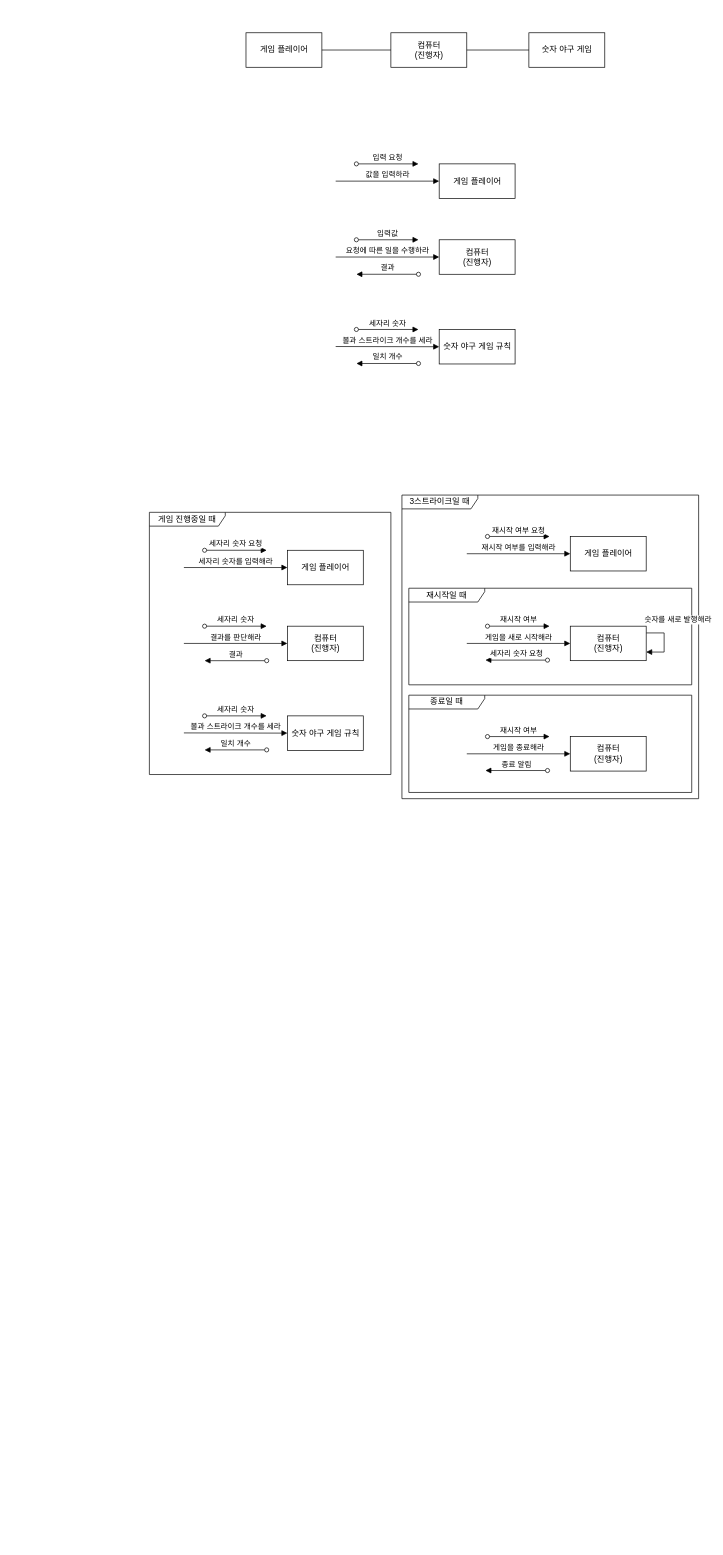
Earlier version of the draw.io diagram docs/Baseball_Diagram.drawio (otter66/kotlin-baseball). Source tidied: cells renumbered, new cells numbered last; positions are measured from the earlier drawing's top-left corner, leaving out a move shared by most shapes. Both pictures are drawn from the tidied source at 69%, with x=0, y=0 at pixel (149, 32).
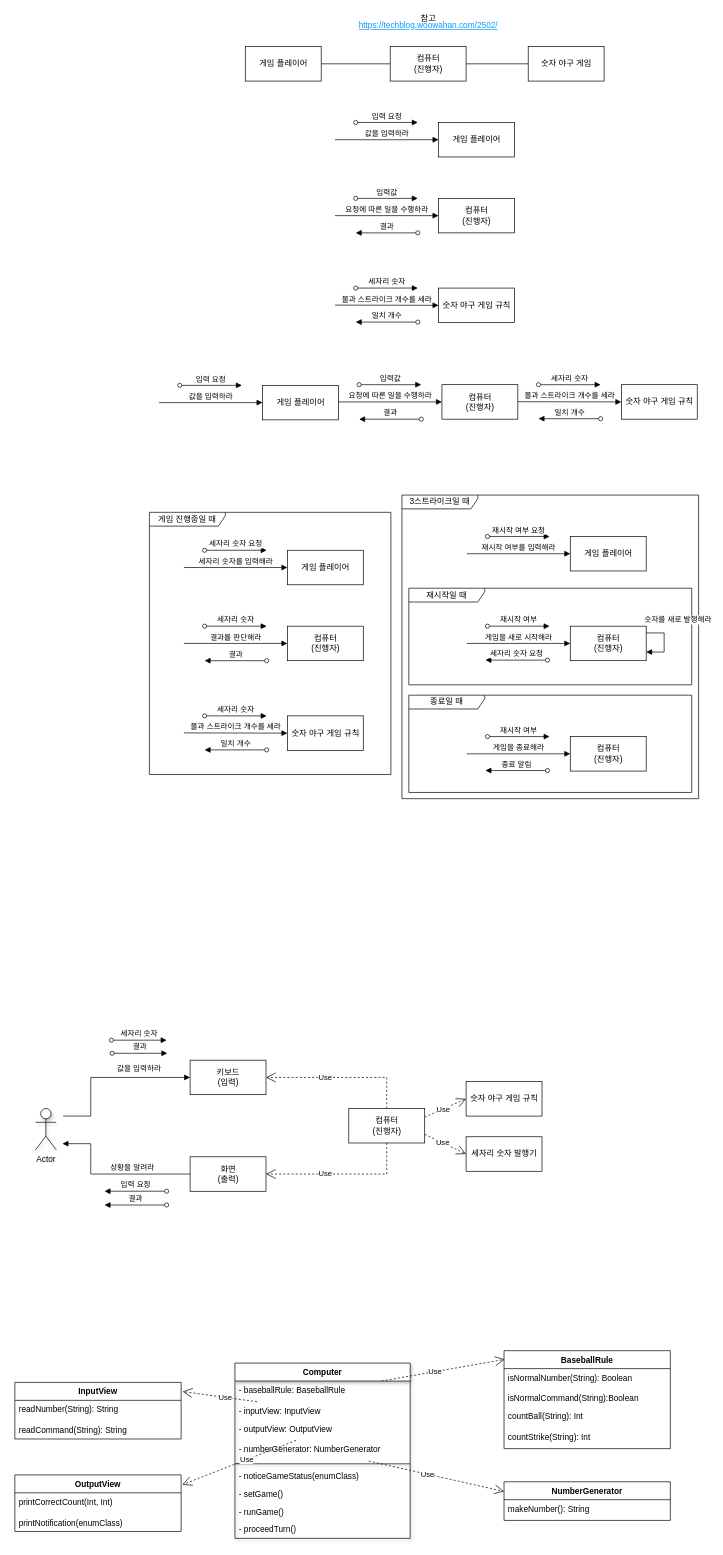
The same diagram, later.

Commit message:
docs: Class Diagram 초기 작성

The edit, as a diff of the source:
```diff
@@
     <mxCell id="5" value="게임 플레이어" style="html=1;" parent="1" vertex="1">
-      <mxGeometry x="140" width="110" height="50" as="geometry" />
+      <mxGeometry x="139" y="20" width="110" height="50" as="geometry" />
     </mxCell>
     <mxCell id="6" value="컴퓨터&lt;br&gt;(진행자)" style="html=1;" parent="1" vertex="1">
-      <mxGeometry x="350" width="110" height="50" as="geometry" />
+      <mxGeometry x="349" y="20" width="110" height="50" as="geometry" />
     </mxCell>
@@
     <mxCell id="8" value="숫자 야구 게임" style="html=1;" parent="1" vertex="1">
-      <mxGeometry x="550" width="110" height="50" as="geometry" />
+      <mxGeometry x="549" y="20" width="110" height="50" as="geometry" />
     </mxCell>
@@
     <mxCell id="27" value="게임 플레이어" style="html=1;" parent="1" vertex="1">
-      <mxGeometry x="420" y="190" width="110" height="50" as="geometry" />
+      <mxGeometry x="419" y="130" width="110" height="50" as="geometry" />
     </mxCell>
     <mxCell id="28" value="값을 입력하라" style="html=1;verticalAlign=bottom;endArrow=block;rounded=0;entryX=0;entryY=0.5;entryDx=0;entryDy=0;" parent="1" edge="1" target="27">
       <mxGeometry relative="1" as="geometry">
-        <mxPoint x="270" y="215" as="sourcePoint" />
+        <mxPoint x="269" y="155" as="sourcePoint" />
       </mxGeometry>
     </mxCell>
     <mxCell id="29" value="입력 요청" style="html=1;verticalAlign=bottom;endArrow=block;rounded=0;startArrow=oval;startFill=0;" parent="1" edge="1">
       <mxGeometry relative="1" as="geometry">
-        <mxPoint x="300" y="190" as="sourcePoint" />
-        <mxPoint x="390" y="190" as="targetPoint" />
+        <mxPoint x="299" y="130" as="sourcePoint" />
+        <mxPoint x="389" y="130" as="targetPoint" />
       </mxGeometry>
     </mxCell>
     <mxCell id="30" value="컴퓨터&lt;br&gt;(진행자)" style="html=1;" parent="1" vertex="1">
-      <mxGeometry x="420" y="300" width="110" height="50" as="geometry" />
+      <mxGeometry x="419" y="240" width="110" height="50" as="geometry" />
     </mxCell>
     <mxCell id="31" value="요청에 따른 일을 수행하라" style="html=1;verticalAlign=bottom;endArrow=block;rounded=0;entryX=0;entryY=0.5;entryDx=0;entryDy=0;" parent="1" edge="1" target="30">
       <mxGeometry relative="1" as="geometry">
-        <mxPoint x="270" y="325" as="sourcePoint" />
+        <mxPoint x="269" y="265" as="sourcePoint" />
       </mxGeometry>
     </mxCell>
     <mxCell id="32" value="입력값" style="html=1;verticalAlign=bottom;endArrow=block;rounded=0;startArrow=oval;startFill=0;" parent="1" edge="1">
       <mxGeometry relative="1" as="geometry">
-        <mxPoint x="300" y="300" as="sourcePoint" />
-        <mxPoint x="390" y="300" as="targetPoint" />
+        <mxPoint x="299" y="240" as="sourcePoint" />
+        <mxPoint x="389" y="240" as="targetPoint" />
       </mxGeometry>
     </mxCell>
     <mxCell id="33" value="숫자 야구 게임 규칙" style="html=1;" parent="1" vertex="1">
-      <mxGeometry x="420" y="430" width="110" height="50" as="geometry" />
+      <mxGeometry x="419" y="370" width="110" height="50" as="geometry" />
     </mxCell>
     <mxCell id="34" value="볼과 스트라이크 개수를 세라" style="html=1;verticalAlign=bottom;endArrow=block;rounded=0;entryX=0;entryY=0.5;entryDx=0;entryDy=0;" parent="1" edge="1" target="33">
       <mxGeometry relative="1" as="geometry">
-        <mxPoint x="270" y="454.7" as="sourcePoint" />
+        <mxPoint x="269" y="394.7" as="sourcePoint" />
       </mxGeometry>
     </mxCell>
     <mxCell id="35" value="세자리 숫자" style="html=1;verticalAlign=bottom;endArrow=block;rounded=0;startArrow=oval;startFill=0;" parent="1" edge="1">
       <mxGeometry relative="1" as="geometry">
-        <mxPoint x="300" y="430" as="sourcePoint" />
-        <mxPoint x="390" y="430" as="targetPoint" />
+        <mxPoint x="299" y="370" as="sourcePoint" />
+        <mxPoint x="389" y="370" as="targetPoint" />
       </mxGeometry>
     </mxCell>
     <mxCell id="36" value="결과" style="html=1;verticalAlign=bottom;endArrow=block;rounded=0;startArrow=oval;startFill=0;" parent="1" edge="1">
       <mxGeometry relative="1" as="geometry">
-        <mxPoint x="390" y="350" as="sourcePoint" />
-        <mxPoint x="300" y="350" as="targetPoint" />
+        <mxPoint x="389" y="290" as="sourcePoint" />
+        <mxPoint x="299" y="290" as="targetPoint" />
       </mxGeometry>
     </mxCell>
     <mxCell id="37" value="일치 개수" style="html=1;verticalAlign=bottom;endArrow=block;rounded=0;startArrow=oval;startFill=0;" parent="1" edge="1">
       <mxGeometry relative="1" as="geometry">
-        <mxPoint x="390" y="479.3" as="sourcePoint" />
-        <mxPoint x="300" y="479.3" as="targetPoint" />
+        <mxPoint x="389" y="419.3" as="sourcePoint" />
+        <mxPoint x="299" y="419.3" as="targetPoint" />
       </mxGeometry>
     </mxCell>
@@
+    <mxCell id="45" value="https://techblog.woowahan.com/2502/" style="text;html=1;align=center;verticalAlign=middle;strokeColor=none;fillColor=none;fontColor=#089AFC;fontStyle=4;" parent="1" vertex="1">
+      <mxGeometry x="294" y="-20" width="220" height="20" as="geometry" />
+    </mxCell>
+    <mxCell id="46" value="&lt;font color=&quot;#000000&quot;&gt;&lt;span&gt;참고&lt;/span&gt;&lt;/font&gt;" style="text;html=1;align=center;verticalAlign=middle;strokeColor=none;fillColor=none;fontColor=#089AFC;fontStyle=0;" parent="1" vertex="1">
+      <mxGeometry x="384" y="-30" width="40" height="20" as="geometry" />
+    </mxCell>
+    <mxCell id="47" value="게임 플레이어" style="html=1;" parent="1" vertex="1">
+      <mxGeometry x="164" y="511" width="110" height="50" as="geometry" />
+    </mxCell>
+    <mxCell id="48" value="값을 입력하라" style="html=1;verticalAlign=bottom;endArrow=block;rounded=0;entryX=0;entryY=0.5;entryDx=0;entryDy=0;" parent="1" edge="1" target="47">
+      <mxGeometry relative="1" as="geometry">
+        <mxPoint x="14" y="536" as="sourcePoint" />
+      </mxGeometry>
+    </mxCell>
+    <mxCell id="49" value="입력 요청" style="html=1;verticalAlign=bottom;endArrow=block;rounded=0;startArrow=oval;startFill=0;" parent="1" edge="1">
+      <mxGeometry relative="1" as="geometry">
+        <mxPoint x="44" y="511" as="sourcePoint" />
+        <mxPoint x="134" y="511" as="targetPoint" />
+      </mxGeometry>
+    </mxCell>
+    <mxCell id="50" value="컴퓨터&lt;br&gt;(진행자)" style="html=1;" parent="1" vertex="1">
+      <mxGeometry x="424" y="510" width="110" height="50" as="geometry" />
+    </mxCell>
+    <mxCell id="51" value="요청에 따른 일을 수행하라" style="html=1;verticalAlign=bottom;endArrow=block;rounded=0;entryX=0;entryY=0.5;entryDx=0;entryDy=0;" parent="1" edge="1" target="50">
+      <mxGeometry relative="1" as="geometry">
+        <mxPoint x="274" y="535" as="sourcePoint" />
+      </mxGeometry>
+    </mxCell>
+    <mxCell id="52" value="입력값" style="html=1;verticalAlign=bottom;endArrow=block;rounded=0;startArrow=oval;startFill=0;" parent="1" edge="1">
+      <mxGeometry relative="1" as="geometry">
+        <mxPoint x="304" y="510" as="sourcePoint" />
+        <mxPoint x="394" y="510" as="targetPoint" />
+      </mxGeometry>
+    </mxCell>
+    <mxCell id="53" value="결과" style="html=1;verticalAlign=bottom;endArrow=block;rounded=0;startArrow=oval;startFill=0;" parent="1" edge="1">
+      <mxGeometry relative="1" as="geometry">
+        <mxPoint x="394" y="560" as="sourcePoint" />
+        <mxPoint x="304" y="560" as="targetPoint" />
+      </mxGeometry>
+    </mxCell>
+    <mxCell id="54" value="숫자 야구 게임 규칙" style="html=1;" parent="1" vertex="1">
+      <mxGeometry x="684" y="510" width="110" height="50" as="geometry" />
+    </mxCell>
+    <mxCell id="55" value="볼과 스트라이크 개수를 세라" style="html=1;verticalAlign=bottom;endArrow=block;rounded=0;entryX=0;entryY=0.5;entryDx=0;entryDy=0;" parent="1" edge="1" target="54">
+      <mxGeometry relative="1" as="geometry">
+        <mxPoint x="534" y="534.7" as="sourcePoint" />
+      </mxGeometry>
+    </mxCell>
+    <mxCell id="56" value="세자리 숫자" style="html=1;verticalAlign=bottom;endArrow=block;rounded=0;startArrow=oval;startFill=0;" parent="1" edge="1">
+      <mxGeometry relative="1" as="geometry">
+        <mxPoint x="564" y="510" as="sourcePoint" />
+        <mxPoint x="654" y="510" as="targetPoint" />
+      </mxGeometry>
+    </mxCell>
+    <mxCell id="57" value="일치 개수" style="html=1;verticalAlign=bottom;endArrow=block;rounded=0;startArrow=oval;startFill=0;" parent="1" edge="1">
+      <mxGeometry relative="1" as="geometry">
+        <mxPoint x="654" y="559.3" as="sourcePoint" />
+        <mxPoint x="564" y="559.3" as="targetPoint" />
+      </mxGeometry>
+    </mxCell>
+    <mxCell id="58" value="컴퓨터&lt;br&gt;(진행자)" style="html=1;" parent="1" vertex="1">
+      <mxGeometry x="289" y="1559" width="110" height="50" as="geometry" />
+    </mxCell>
+    <mxCell id="59" value="키보드&lt;br&gt;(입력)" style="html=1;" parent="1" vertex="1">
+      <mxGeometry x="59" y="1489" width="110" height="50" as="geometry" />
+    </mxCell>
+    <mxCell id="60" value="화면&lt;br&gt;(출력)" style="html=1;" parent="1" vertex="1">
+      <mxGeometry x="59" y="1629" width="110" height="50" as="geometry" />
+    </mxCell>
+    <mxCell id="61" value="세자리 숫자" style="html=1;verticalAlign=bottom;endArrow=block;rounded=0;startArrow=oval;startFill=0;" parent="1" edge="1">
+      <mxGeometry relative="1" as="geometry">
+        <mxPoint x="-55" y="1460" as="sourcePoint" />
+        <mxPoint x="25" y="1460" as="targetPoint" />
+      </mxGeometry>
+    </mxCell>
+    <mxCell id="62" value="상황을 알려라" style="html=1;verticalAlign=bottom;endArrow=block;rounded=0;exitX=0;exitY=0.5;exitDx=0;exitDy=0;edgeStyle=orthogonalEdgeStyle;" parent="1" edge="1" source="60">
+      <mxGeometry x="-0.27" relative="1" as="geometry">
+        <mxPoint x="-126" y="1610" as="targetPoint" />
+        <Array as="points">
+          <mxPoint x="-85" y="1654" />
+          <mxPoint x="-85" y="1610" />
+        </Array>
+      </mxGeometry>
+    </mxCell>
+    <mxCell id="63" value="입력 요청" style="html=1;verticalAlign=bottom;endArrow=block;rounded=0;startArrow=oval;startFill=0;" parent="1" edge="1">
+      <mxGeometry relative="1" as="geometry">
+        <mxPoint x="25" y="1678.9" as="sourcePoint" />
+        <mxPoint x="-65" y="1678.9" as="targetPoint" />
+      </mxGeometry>
+    </mxCell>
+    <mxCell id="64" value="결과" style="html=1;verticalAlign=bottom;endArrow=block;rounded=0;startArrow=oval;startFill=0;" parent="1" edge="1">
+      <mxGeometry relative="1" as="geometry">
+        <mxPoint x="25" y="1698.9" as="sourcePoint" />
+        <mxPoint x="-65" y="1698.9" as="targetPoint" />
+      </mxGeometry>
+    </mxCell>
+    <mxCell id="65" value="숫자 야구 게임 규칙" style="html=1;" parent="1" vertex="1">
+      <mxGeometry x="459" y="1520" width="110" height="50" as="geometry" />
+    </mxCell>
+    <mxCell id="66" value="Use" style="endArrow=open;endSize=12;dashed=1;html=1;rounded=0;fontColor=#000000;exitX=1;exitY=0.25;exitDx=0;exitDy=0;entryX=0;entryY=0.5;entryDx=0;entryDy=0;" parent="1" edge="1" source="58" target="65">
+      <mxGeometry x="-0.13" relative="1" as="geometry" />
+    </mxCell>
+    <mxCell id="67" value="세자리 숫자 발행기" style="html=1;" parent="1" vertex="1">
+      <mxGeometry x="459" y="1600" width="110" height="50" as="geometry" />
+    </mxCell>
+    <mxCell id="68" value="Use" style="endArrow=open;endSize=12;dashed=1;html=1;rounded=0;fontColor=#000000;exitX=1;exitY=0.75;exitDx=0;exitDy=0;entryX=0;entryY=0.5;entryDx=0;entryDy=0;" parent="1" edge="1" source="58" target="67">
+      <mxGeometry x="-0.13" relative="1" as="geometry" />
+    </mxCell>
+    <mxCell id="69" value="BaseballRule" style="swimlane;fontStyle=1;align=center;verticalAlign=top;horizontal=1;startSize=26;fontColor=#000000;" parent="1" vertex="1">
+      <mxGeometry x="514" y="1910" width="241" height="142" as="geometry" />
+    </mxCell>
+    <mxCell id="70" value="isNormalNumber(String): Boolean" style="text;strokeColor=none;fillColor=none;align=left;verticalAlign=top;spacingLeft=4;spacingRight=4;overflow=hidden;fontColor=#000000;" parent="69" vertex="1">
+      <mxGeometry y="26" width="241" height="30" as="geometry" />
+    </mxCell>
+    <mxCell id="71" value="isNormalCommand(String):Boolean" style="text;strokeColor=none;fillColor=none;align=left;verticalAlign=top;spacingLeft=4;spacingRight=4;overflow=hidden;shadow=1;fontColor=#000000;" parent="69" vertex="1">
+      <mxGeometry y="56" width="241" height="26" as="geometry" />
+    </mxCell>
+    <mxCell id="72" value="countBall(String): Int" style="text;strokeColor=none;fillColor=none;align=left;verticalAlign=top;spacingLeft=4;spacingRight=4;overflow=hidden;fontColor=#000000;" parent="69" vertex="1">
+      <mxGeometry y="82" width="241" height="30" as="geometry" />
+    </mxCell>
+    <mxCell id="73" value="countStrike(String): Int" style="text;strokeColor=none;fillColor=none;align=left;verticalAlign=top;spacingLeft=4;spacingRight=4;overflow=hidden;fontColor=#000000;" parent="69" vertex="1">
+      <mxGeometry y="112" width="241" height="30" as="geometry" />
+    </mxCell>
+    <mxCell id="74" value="Use" style="endArrow=open;endSize=12;dashed=1;html=1;rounded=0;fontColor=#000000;exitX=0.5;exitY=0;exitDx=0;exitDy=0;entryX=1;entryY=0.5;entryDx=0;entryDy=0;edgeStyle=orthogonalEdgeStyle;" parent="1" edge="1" source="58" target="59">
+      <mxGeometry x="0.22" relative="1" as="geometry" />
+    </mxCell>
+    <mxCell id="75" value="Use" style="endArrow=open;endSize=12;dashed=1;html=1;rounded=0;fontColor=#000000;exitX=0.5;exitY=1;exitDx=0;exitDy=0;entryX=1;entryY=0.5;entryDx=0;entryDy=0;edgeStyle=orthogonalEdgeStyle;" parent="1" edge="1" source="58" target="60">
+      <mxGeometry x="0.22" relative="1" as="geometry" />
+    </mxCell>
+    <mxCell id="76" value="Actor" style="shape=umlActor;verticalLabelPosition=bottom;verticalAlign=top;html=1;shadow=1;fontColor=#000000;" parent="1" vertex="1">
+      <mxGeometry x="-165" y="1559" width="30" height="60" as="geometry" />
+    </mxCell>
+    <mxCell id="77" value="결과" style="html=1;verticalAlign=bottom;endArrow=block;rounded=0;startArrow=oval;startFill=0;" parent="1" edge="1">
+      <mxGeometry relative="1" as="geometry">
+        <mxPoint x="-54" y="1479" as="sourcePoint" />
+        <mxPoint x="26" y="1479" as="targetPoint" />
+      </mxGeometry>
+    </mxCell>
+    <mxCell id="78" value="값을 입력하라" style="html=1;verticalAlign=bottom;endArrow=block;rounded=0;edgeStyle=orthogonalEdgeStyle;entryX=0;entryY=0.5;entryDx=0;entryDy=0;" parent="1" edge="1" target="59">
+      <mxGeometry x="0.38" y="4" relative="1" as="geometry">
+        <mxPoint x="-125" y="1570" as="sourcePoint" />
+        <Array as="points">
+          <mxPoint x="-85" y="1570" />
+          <mxPoint x="-85" y="1514" />
+        </Array>
+      </mxGeometry>
+    </mxCell>
+    <mxCell id="79" value="Computer" style="swimlane;fontStyle=1;align=center;verticalAlign=top;horizontal=1;startSize=26;shadow=1;fontColor=#000000;" parent="1" vertex="1">
+      <mxGeometry x="124" y="1928" width="254" height="254" as="geometry" />
+    </mxCell>
+    <mxCell id="80" value="- baseballRule: BaseballRule" style="text;strokeColor=none;fillColor=none;align=left;verticalAlign=top;spacingLeft=4;spacingRight=4;overflow=hidden;points=[[0,0.5],[1,0.5]];portConstraint=eastwest;fontColor=#000000;" parent="79" vertex="1">
+      <mxGeometry y="26" width="254" height="30" as="geometry" />
+    </mxCell>
+    <mxCell id="81" value="- inputView: InputView" style="text;strokeColor=none;fillColor=none;align=left;verticalAlign=top;spacingLeft=4;spacingRight=4;overflow=hidden;points=[[0,0.5],[1,0.5]];portConstraint=eastwest;shadow=1;fontColor=#000000;" parent="79" vertex="1">
+      <mxGeometry y="56" width="254" height="26" as="geometry" />
+    </mxCell>
+    <mxCell id="82" value="- outputView: OutputView" style="text;strokeColor=none;fillColor=none;align=left;verticalAlign=top;spacingLeft=4;spacingRight=4;overflow=hidden;points=[[0,0.5],[1,0.5]];portConstraint=eastwest;fontColor=#000000;" parent="79" vertex="1">
+      <mxGeometry y="82" width="254" height="30" as="geometry" />
+    </mxCell>
+    <mxCell id="83" value="- numberGenerator: NumberGenerator" style="text;align=left;verticalAlign=top;spacingLeft=4;spacingRight=4;overflow=hidden;points=[[0,0.5],[1,0.5]];portConstraint=eastwest;" parent="79" vertex="1">
+      <mxGeometry y="112" width="254" height="30" as="geometry" />
+    </mxCell>
+    <mxCell id="84" style="line;strokeWidth=1;fillColor=none;align=left;verticalAlign=middle;spacingTop=-1;spacingLeft=3;spacingRight=3;labelPosition=right;shadow=1;fontColor=#000000;" parent="79" vertex="1">
+      <mxGeometry y="142" width="254" height="8" as="geometry" />
+    </mxCell>
+    <mxCell id="85" value="- noticeGameStatus(enumClass)" style="text;strokeColor=none;fillColor=none;align=left;verticalAlign=top;spacingLeft=4;spacingRight=4;overflow=hidden;shadow=1;fontColor=#000000;" parent="79" vertex="1">
+      <mxGeometry y="150" width="254" height="26" as="geometry" />
+    </mxCell>
+    <mxCell id="86" value="- setGame()" style="text;strokeColor=none;fillColor=none;align=left;verticalAlign=top;spacingLeft=4;spacingRight=4;overflow=hidden;shadow=1;fontColor=#000000;" parent="79" vertex="1">
+      <mxGeometry y="176" width="254" height="26" as="geometry" />
+    </mxCell>
+    <mxCell id="87" value="- runGame()" style="text;strokeColor=none;fillColor=none;align=left;verticalAlign=top;spacingLeft=4;spacingRight=4;overflow=hidden;shadow=1;fontColor=#000000;" parent="79" vertex="1">
+      <mxGeometry y="202" width="254" height="26" as="geometry" />
+    </mxCell>
+    <mxCell id="88" value="- proceedTurn()" style="text;strokeColor=none;fillColor=none;align=left;verticalAlign=top;spacingLeft=4;spacingRight=4;overflow=hidden;shadow=1;fontColor=#000000;" parent="79" vertex="1">
+      <mxGeometry y="228" width="254" height="26" as="geometry" />
+    </mxCell>
+    <mxCell id="89" value="Use" style="endArrow=open;endSize=12;dashed=1;html=1;rounded=0;fontColor=#000000;entryX=0.004;entryY=0.089;entryDx=0;entryDy=0;entryPerimeter=0;" parent="1" edge="1" source="80" target="69">
+      <mxGeometry x="-0.13" relative="1" as="geometry" />
+    </mxCell>
+    <mxCell id="90" value="NumberGenerator" style="swimlane;fontStyle=1;align=center;verticalAlign=top;horizontal=1;startSize=26;fontColor=#000000;" parent="1" vertex="1">
+      <mxGeometry x="514" y="2100" width="241" height="56" as="geometry" />
+    </mxCell>
+    <mxCell id="91" value="makeNumber(): String" style="text;strokeColor=none;fillColor=none;align=left;verticalAlign=top;spacingLeft=4;spacingRight=4;overflow=hidden;fontColor=#000000;" parent="90" vertex="1">
+      <mxGeometry y="26" width="241" height="30" as="geometry" />
+    </mxCell>
+    <mxCell id="92" value="Use" style="endArrow=open;endSize=12;dashed=1;html=1;rounded=0;fontColor=#000000;entryX=0;entryY=0.25;entryDx=0;entryDy=0;" parent="1" edge="1" source="83" target="90">
+      <mxGeometry x="-0.13" relative="1" as="geometry" />
+    </mxCell>
+    <mxCell id="93" value="InputView" style="swimlane;fontStyle=1;align=center;verticalAlign=top;horizontal=1;startSize=26;fontColor=#000000;" parent="1" vertex="1">
+      <mxGeometry x="-195" y="1956" width="241" height="82" as="geometry" />
+    </mxCell>
+    <mxCell id="94" value="readNumber(String): String" style="text;strokeColor=none;fillColor=none;align=left;verticalAlign=top;spacingLeft=4;spacingRight=4;overflow=hidden;fontColor=#000000;" parent="93" vertex="1">
+      <mxGeometry y="26" width="241" height="30" as="geometry" />
+    </mxCell>
+    <mxCell id="95" value="readCommand(String): String" style="text;strokeColor=none;fillColor=none;align=left;verticalAlign=top;spacingLeft=4;spacingRight=4;overflow=hidden;shadow=1;fontColor=#000000;" parent="93" vertex="1">
+      <mxGeometry y="56" width="241" height="26" as="geometry" />
+    </mxCell>
+    <mxCell id="96" value="Use" style="endArrow=open;endSize=12;dashed=1;html=1;rounded=0;fontColor=#000000;entryX=1.009;entryY=0.161;entryDx=0;entryDy=0;entryPerimeter=0;" parent="1" edge="1" source="81" target="93">
+      <mxGeometry x="-0.13" relative="1" as="geometry" />
+    </mxCell>
+    <mxCell id="97" value="OutputView" style="swimlane;fontStyle=1;align=center;verticalAlign=top;horizontal=1;startSize=26;fontColor=#000000;" parent="1" vertex="1">
+      <mxGeometry x="-195" y="2090" width="241" height="82" as="geometry" />
+    </mxCell>
+    <mxCell id="98" value="printCorrectCount(Int, Int)" style="text;strokeColor=none;fillColor=none;align=left;verticalAlign=top;spacingLeft=4;spacingRight=4;overflow=hidden;fontColor=#000000;" parent="97" vertex="1">
+      <mxGeometry y="26" width="241" height="30" as="geometry" />
+    </mxCell>
+    <mxCell id="99" value="printNotification(enumClass)" style="text;strokeColor=none;fillColor=none;align=left;verticalAlign=top;spacingLeft=4;spacingRight=4;overflow=hidden;shadow=1;fontColor=#000000;" parent="97" vertex="1">
+      <mxGeometry y="56" width="241" height="26" as="geometry" />
+    </mxCell>
+    <mxCell id="100" value="Use" style="endArrow=open;endSize=12;dashed=1;html=1;rounded=0;fontColor=#000000;entryX=1.007;entryY=0.173;entryDx=0;entryDy=0;entryPerimeter=0;" parent="1" edge="1" source="82" target="97">
+      <mxGeometry x="-0.13" relative="1" as="geometry" />
+    </mxCell>
```
